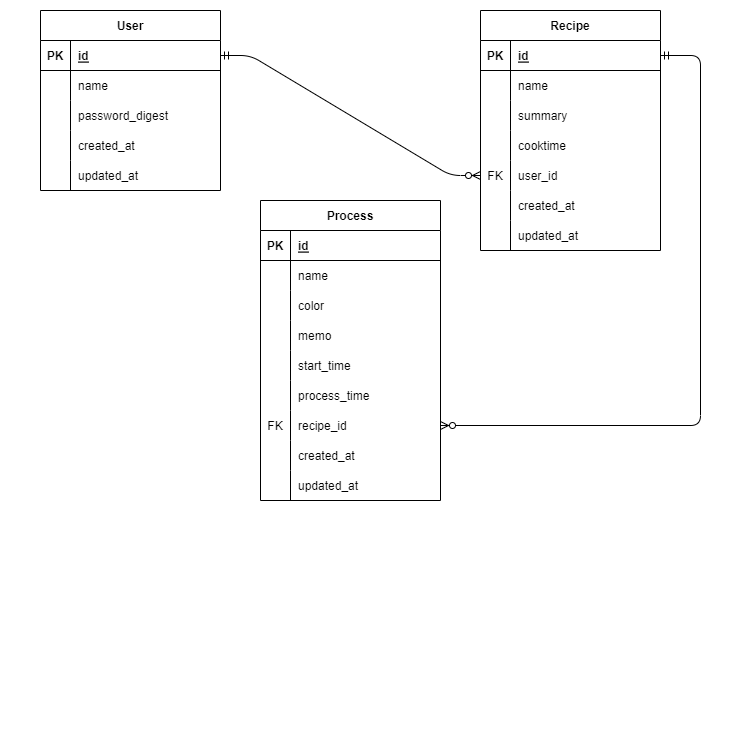
Before: TimeCook_ER.png, a diagram exported from draw.io (yoshihiro-kawabata/TimeCook_defenish). Source tidied: cells renumbered, new cells last; positions are measured from the earlier drawing's top-left corner, leaving out a move shared by most shapes.
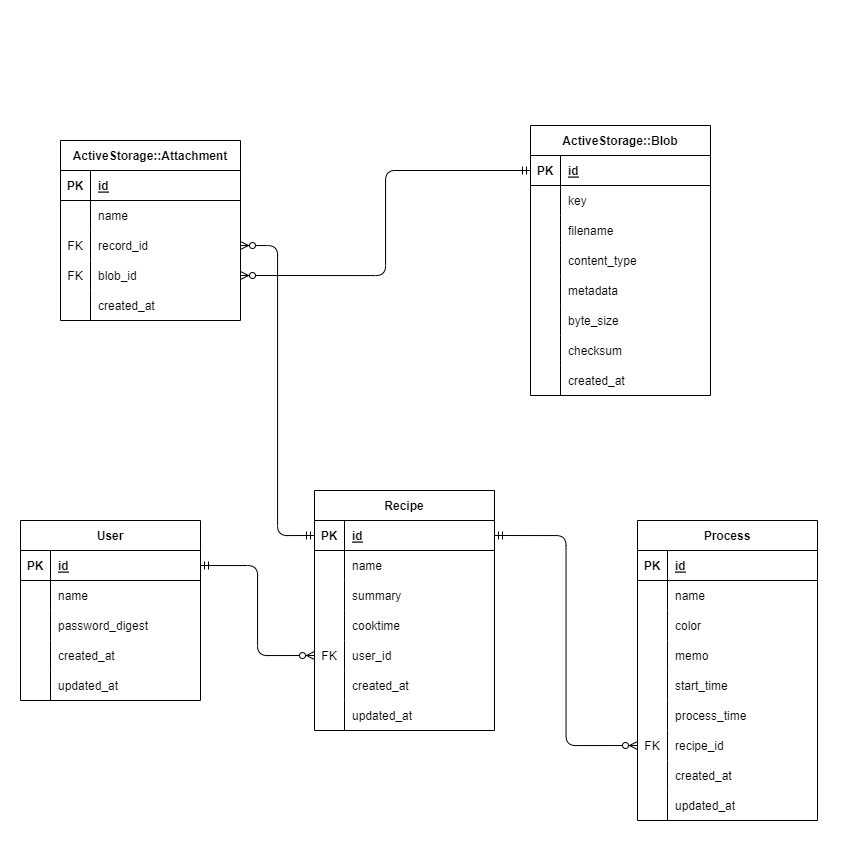
The same diagram one commit later.

Change to the diagram source:
```diff
@@ -3,10 +3,10 @@
     <mxCell id="0" />
     <mxCell id="1" parent="0" />
     <mxCell id="2" style="whiteSpace=wrap;html=1;fontColor=#000000;strokeColor=none;fillColor=#FFFFFF;" parent="1" vertex="1">
-      <mxGeometry width="730" height="730" as="geometry" />
+      <mxGeometry width="850" height="850" as="geometry" />
     </mxCell>
     <mxCell id="3" value="User" style="shape=table;startSize=30;rowLines=0;fontStyle=1;align=center;strokeColor=#000000;fontColor=#000000;fillColor=none;" parent="1" vertex="1">
-      <mxGeometry x="40" y="10" width="180" height="180" as="geometry" />
+      <mxGeometry x="20" y="520" width="180" height="180" as="geometry" />
     </mxCell>
     <mxCell id="4" style="shape=partialRectangle;fillColor=none;top=0;left=0;bottom=1;right=0;points=[[0,0.5],[1,0.5]];portConstraint=eastwest;strokeColor=#000000;fontColor=#000000;" parent="3" vertex="1">
       <mxGeometry y="30" width="180" height="30" as="geometry" />
@@ -54,7 +54,7 @@
       <mxGeometry x="30" width="150" height="30" as="geometry" />
     </mxCell>
     <mxCell id="19" value="Recipe" style="shape=table;startSize=30;rowLines=0;fontStyle=1;align=center;strokeColor=#000000;fontColor=#000000;fillColor=none;" parent="1" vertex="1">
-      <mxGeometry x="480" y="10" width="180" height="240" as="geometry" />
+      <mxGeometry x="314" y="490" width="180" height="240" as="geometry" />
     </mxCell>
     <mxCell id="20" style="shape=partialRectangle;fillColor=none;top=0;left=0;bottom=1;right=0;points=[[0,0.5],[1,0.5]];portConstraint=eastwest;strokeColor=#000000;fontColor=#000000;" parent="19" vertex="1">
       <mxGeometry y="30" width="180" height="30" as="geometry" />
@@ -119,11 +119,11 @@
     <mxCell id="40" value="updated_at" style="shape=partialRectangle;fillColor=none;top=0;left=0;bottom=0;right=0;align=left;spacingLeft=6;overflow=hidden;strokeColor=#000000;fontColor=#000000;" parent="38" vertex="1">
       <mxGeometry x="30" width="150" height="30" as="geometry" />
     </mxCell>
-    <mxCell id="41" style="edgeStyle=entityRelationEdgeStyle;fontSize=12;html=1;endArrow=ERzeroToMany;startArrow=ERmandOne;exitX=1;exitY=0.5;exitDx=0;exitDy=0;entryX=0;entryY=0.5;entryDx=0;entryDy=0;strokeColor=#000000;fontColor=#000000;" parent="1" edge="1" source="4" target="32">
+    <mxCell id="41" style="fontSize=12;html=1;endArrow=ERzeroToMany;startArrow=ERmandOne;exitX=1;exitY=0.5;exitDx=0;exitDy=0;entryX=0;entryY=0.5;entryDx=0;entryDy=0;strokeColor=#000000;fontColor=#000000;edgeStyle=orthogonalEdgeStyle;" parent="1" edge="1" source="4" target="32">
       <mxGeometry relative="1" as="geometry" />
     </mxCell>
     <mxCell id="42" value="Process" style="shape=table;startSize=30;rowLines=0;fontStyle=1;align=center;strokeColor=#000000;fontColor=#000000;fillColor=none;" parent="1" vertex="1">
-      <mxGeometry x="260" y="200" width="180" height="300" as="geometry" />
+      <mxGeometry x="637" y="520" width="180" height="300" as="geometry" />
     </mxCell>
     <mxCell id="43" style="shape=partialRectangle;fillColor=none;top=0;left=0;bottom=1;right=0;strokeColor=#000000;fontColor=#000000;" parent="42" vertex="1">
       <mxGeometry y="30" width="180" height="30" as="geometry" />
@@ -206,13 +206,137 @@
     <mxCell id="69" value="updated_at" style="shape=partialRectangle;fillColor=none;top=0;left=0;bottom=0;right=0;align=left;spacingLeft=6;overflow=hidden;strokeColor=#000000;fontColor=#000000;" parent="67" vertex="1">
       <mxGeometry x="30" width="150" height="30" as="geometry" />
     </mxCell>
-    <mxCell id="70" style="edgeStyle=orthogonalEdgeStyle;fontSize=12;html=1;endArrow=ERzeroToMany;startArrow=ERmandOne;exitX=1;exitY=0.5;exitDx=0;exitDy=0;entryX=1;entryY=0.5;entryDx=0;entryDy=0;strokeColor=#000000;fontColor=#000000;" parent="1" edge="1" source="20" target="61">
-      <mxGeometry relative="1" as="geometry">
-        <Array as="points">
-          <mxPoint x="700" y="55" />
-          <mxPoint x="700" y="425" />
-        </Array>
-      </mxGeometry>
+    <mxCell id="70" style="fontSize=12;html=1;endArrow=ERzeroToMany;startArrow=ERmandOne;exitX=1;exitY=0.5;exitDx=0;exitDy=0;entryX=0;entryY=0.5;entryDx=0;entryDy=0;strokeColor=#000000;fontColor=#000000;edgeStyle=orthogonalEdgeStyle;" parent="1" edge="1" source="20" target="61">
+      <mxGeometry relative="1" as="geometry" />
     </mxCell>
+    <mxCell id="71" value="ActiveStorage::Blob" style="shape=table;startSize=30;rowLines=0;fontStyle=1;align=center;strokeColor=#000000;fontColor=#000000;fillColor=none;" parent="1" vertex="1">
+      <mxGeometry x="530" y="125" width="180" height="270" as="geometry" />
+    </mxCell>
+    <mxCell id="72" style="shape=partialRectangle;fillColor=none;top=0;left=0;bottom=1;right=0;points=[[0,0.5],[1,0.5]];portConstraint=eastwest;strokeColor=#000000;fontColor=#000000;" parent="71" vertex="1">
+      <mxGeometry y="30" width="180" height="30" as="geometry" />
+    </mxCell>
+    <mxCell id="73" value="PK" style="shape=partialRectangle;fillColor=none;top=0;left=0;bottom=0;right=0;fontStyle=1;overflow=hidden;strokeColor=#000000;fontColor=#000000;" parent="72" vertex="1">
+      <mxGeometry width="30" height="30" as="geometry" />
+    </mxCell>
+    <mxCell id="74" value="id" style="shape=partialRectangle;fillColor=none;top=0;left=0;bottom=0;right=0;align=left;spacingLeft=6;fontStyle=5;overflow=hidden;strokeColor=#000000;fontColor=#000000;" parent="72" vertex="1">
+      <mxGeometry x="30" width="150" height="30" as="geometry" />
+    </mxCell>
+    <mxCell id="75" style="shape=partialRectangle;fillColor=none;top=0;left=0;bottom=0;right=0;strokeColor=#000000;fontColor=#000000;" parent="71" vertex="1">
+      <mxGeometry y="60" width="180" height="30" as="geometry" />
+    </mxCell>
+    <mxCell id="76" style="shape=partialRectangle;fillColor=none;top=0;left=0;bottom=0;right=0;overflow=hidden;strokeColor=#000000;fontColor=#000000;" parent="75" vertex="1">
+      <mxGeometry width="30" height="30" as="geometry" />
+    </mxCell>
+    <mxCell id="77" value="key" style="shape=partialRectangle;fillColor=none;top=0;left=0;bottom=0;right=0;align=left;spacingLeft=6;overflow=hidden;strokeColor=#000000;fontColor=#000000;" parent="75" vertex="1">
+      <mxGeometry x="30" width="150" height="30" as="geometry" />
+    </mxCell>
+    <mxCell id="78" style="shape=partialRectangle;fillColor=none;top=0;left=0;bottom=0;right=0;strokeColor=#000000;fontColor=#000000;" parent="71" vertex="1">
+      <mxGeometry y="90" width="180" height="30" as="geometry" />
+    </mxCell>
+    <mxCell id="79" style="shape=partialRectangle;fillColor=none;top=0;left=0;bottom=0;right=0;overflow=hidden;strokeColor=#000000;fontColor=#000000;" parent="78" vertex="1">
+      <mxGeometry width="30" height="30" as="geometry" />
+    </mxCell>
+    <mxCell id="80" value="filename" style="shape=partialRectangle;fillColor=none;top=0;left=0;bottom=0;right=0;align=left;spacingLeft=6;overflow=hidden;strokeColor=#000000;fontColor=#000000;" parent="78" vertex="1">
+      <mxGeometry x="30" width="150" height="30" as="geometry" />
+    </mxCell>
+    <mxCell id="81" style="shape=partialRectangle;fillColor=none;top=0;left=0;bottom=0;right=0;strokeColor=#000000;fontColor=#000000;" parent="71" vertex="1">
+      <mxGeometry y="120" width="180" height="30" as="geometry" />
+    </mxCell>
+    <mxCell id="82" style="shape=partialRectangle;fillColor=none;top=0;left=0;bottom=0;right=0;overflow=hidden;strokeColor=#000000;fontColor=#000000;" parent="81" vertex="1">
+      <mxGeometry width="30" height="30" as="geometry" />
+    </mxCell>
+    <mxCell id="83" value="content_type" style="shape=partialRectangle;fillColor=none;top=0;left=0;bottom=0;right=0;align=left;spacingLeft=6;overflow=hidden;strokeColor=#000000;fontColor=#000000;" parent="81" vertex="1">
+      <mxGeometry x="30" width="150" height="30" as="geometry" />
+    </mxCell>
+    <mxCell id="84" style="shape=partialRectangle;fillColor=none;top=0;left=0;bottom=0;right=0;strokeColor=#000000;fontColor=#000000;" parent="71" vertex="1">
+      <mxGeometry y="150" width="180" height="30" as="geometry" />
+    </mxCell>
+    <mxCell id="85" style="shape=partialRectangle;fillColor=none;top=0;left=0;bottom=0;right=0;overflow=hidden;strokeColor=#000000;fontColor=#000000;" parent="84" vertex="1">
+      <mxGeometry width="30" height="30" as="geometry" />
+    </mxCell>
+    <mxCell id="86" value="metadata" style="shape=partialRectangle;fillColor=none;top=0;left=0;bottom=0;right=0;align=left;spacingLeft=6;overflow=hidden;strokeColor=#000000;fontColor=#000000;" parent="84" vertex="1">
+      <mxGeometry x="30" width="150" height="30" as="geometry" />
+    </mxCell>
+    <mxCell id="87" style="shape=partialRectangle;fillColor=none;top=0;left=0;bottom=0;right=0;strokeColor=#000000;fontColor=#000000;" parent="71" vertex="1">
+      <mxGeometry y="180" width="180" height="30" as="geometry" />
+    </mxCell>
+    <mxCell id="88" style="shape=partialRectangle;fillColor=none;top=0;left=0;bottom=0;right=0;overflow=hidden;strokeColor=#000000;fontColor=#000000;" parent="87" vertex="1">
+      <mxGeometry width="30" height="30" as="geometry" />
+    </mxCell>
+    <mxCell id="89" value="byte_size" style="shape=partialRectangle;fillColor=none;top=0;left=0;bottom=0;right=0;align=left;spacingLeft=6;overflow=hidden;strokeColor=#000000;fontColor=#000000;" parent="87" vertex="1">
+      <mxGeometry x="30" width="150" height="30" as="geometry" />
+    </mxCell>
+    <mxCell id="90" style="shape=partialRectangle;fillColor=none;top=0;left=0;bottom=0;right=0;strokeColor=#000000;fontColor=#000000;" parent="71" vertex="1">
+      <mxGeometry y="210" width="180" height="30" as="geometry" />
+    </mxCell>
+    <mxCell id="91" style="shape=partialRectangle;fillColor=none;top=0;left=0;bottom=0;right=0;overflow=hidden;strokeColor=#000000;fontColor=#000000;" parent="90" vertex="1">
+      <mxGeometry width="30" height="30" as="geometry" />
+    </mxCell>
+    <mxCell id="92" value="checksum" style="shape=partialRectangle;fillColor=none;top=0;left=0;bottom=0;right=0;align=left;spacingLeft=6;overflow=hidden;strokeColor=#000000;fontColor=#000000;" parent="90" vertex="1">
+      <mxGeometry x="30" width="150" height="30" as="geometry" />
+    </mxCell>
+    <mxCell id="93" style="shape=partialRectangle;fillColor=none;top=0;left=0;bottom=0;right=0;strokeColor=#000000;fontColor=#000000;" parent="71" vertex="1">
+      <mxGeometry y="240" width="180" height="30" as="geometry" />
+    </mxCell>
+    <mxCell id="94" style="shape=partialRectangle;fillColor=none;top=0;left=0;bottom=0;right=0;overflow=hidden;strokeColor=#000000;fontColor=#000000;" parent="93" vertex="1">
+      <mxGeometry width="30" height="30" as="geometry" />
+    </mxCell>
+    <mxCell id="95" value="created_at" style="shape=partialRectangle;fillColor=none;top=0;left=0;bottom=0;right=0;align=left;spacingLeft=6;overflow=hidden;strokeColor=#000000;fontColor=#000000;" parent="93" vertex="1">
+      <mxGeometry x="30" width="150" height="30" as="geometry" />
+    </mxCell>
+    <mxCell id="96" value="ActiveStorage::Attachment" style="shape=table;startSize=30;rowLines=0;fontStyle=1;align=center;strokeColor=#000000;fontColor=#000000;fillColor=none;" parent="1" vertex="1">
+      <mxGeometry x="60" y="140" width="180" height="180" as="geometry" />
+    </mxCell>
+    <mxCell id="97" style="shape=partialRectangle;fillColor=none;top=0;left=0;bottom=1;right=0;strokeColor=#000000;fontColor=#000000;" parent="96" vertex="1">
+      <mxGeometry y="30" width="180" height="30" as="geometry" />
+    </mxCell>
+    <mxCell id="98" value="PK" style="shape=partialRectangle;fillColor=none;top=0;left=0;bottom=0;right=0;fontStyle=1;overflow=hidden;strokeColor=#000000;fontColor=#000000;" parent="97" vertex="1">
+      <mxGeometry width="30" height="30" as="geometry" />
+    </mxCell>
+    <mxCell id="99" value="id" style="shape=partialRectangle;fillColor=none;top=0;left=0;bottom=0;right=0;align=left;spacingLeft=6;fontStyle=5;overflow=hidden;strokeColor=#000000;fontColor=#000000;" parent="97" vertex="1">
+      <mxGeometry x="30" width="150" height="30" as="geometry" />
+    </mxCell>
+    <mxCell id="100" style="shape=partialRectangle;fillColor=none;top=0;left=0;bottom=0;right=0;strokeColor=#000000;fontColor=#000000;" parent="96" vertex="1">
+      <mxGeometry y="60" width="180" height="30" as="geometry" />
+    </mxCell>
+    <mxCell id="101" style="shape=partialRectangle;fillColor=none;top=0;left=0;bottom=0;right=0;overflow=hidden;strokeColor=#000000;fontColor=#000000;" parent="100" vertex="1">
+      <mxGeometry width="30" height="30" as="geometry" />
+    </mxCell>
+    <mxCell id="102" value="name" style="shape=partialRectangle;fillColor=none;top=0;left=0;bottom=0;right=0;align=left;spacingLeft=6;overflow=hidden;strokeColor=#000000;fontColor=#000000;" parent="100" vertex="1">
+      <mxGeometry x="30" width="150" height="30" as="geometry" />
+    </mxCell>
+    <mxCell id="103" style="shape=partialRectangle;fillColor=none;top=0;left=0;bottom=0;right=0;points=[[0,0.5],[1,0.5]];portConstraint=eastwest;strokeColor=#000000;fontColor=#000000;" parent="96" vertex="1">
+      <mxGeometry y="90" width="180" height="30" as="geometry" />
+    </mxCell>
+    <mxCell id="104" value="FK" style="shape=partialRectangle;fillColor=none;top=0;left=0;bottom=0;right=0;overflow=hidden;strokeColor=#000000;fontColor=#000000;" parent="103" vertex="1">
+      <mxGeometry width="30" height="30" as="geometry" />
+    </mxCell>
+    <mxCell id="105" value="record_id" style="shape=partialRectangle;fillColor=none;top=0;left=0;bottom=0;right=0;align=left;spacingLeft=6;overflow=hidden;strokeColor=#000000;fontColor=#000000;" parent="103" vertex="1">
+      <mxGeometry x="30" width="150" height="30" as="geometry" />
+    </mxCell>
+    <mxCell id="106" style="shape=partialRectangle;fillColor=none;top=0;left=0;bottom=0;right=0;points=[[0,0.5],[1,0.5]];portConstraint=eastwest;strokeColor=#000000;fontColor=#000000;" parent="96" vertex="1">
+      <mxGeometry y="120" width="180" height="30" as="geometry" />
+    </mxCell>
+    <mxCell id="107" value="FK" style="shape=partialRectangle;fillColor=none;top=0;left=0;bottom=0;right=0;overflow=hidden;strokeColor=#000000;fontColor=#000000;" parent="106" vertex="1">
+      <mxGeometry width="30" height="30" as="geometry" />
+    </mxCell>
+    <mxCell id="108" value="blob_id" style="shape=partialRectangle;fillColor=none;top=0;left=0;bottom=0;right=0;align=left;spacingLeft=6;overflow=hidden;strokeColor=#000000;fontColor=#000000;" parent="106" vertex="1">
+      <mxGeometry x="30" width="150" height="30" as="geometry" />
+    </mxCell>
+    <mxCell id="109" style="shape=partialRectangle;fillColor=none;top=0;left=0;bottom=0;right=0;strokeColor=#000000;fontColor=#000000;" parent="96" vertex="1">
+      <mxGeometry y="150" width="180" height="30" as="geometry" />
+    </mxCell>
+    <mxCell id="110" style="shape=partialRectangle;fillColor=none;top=0;left=0;bottom=0;right=0;overflow=hidden;strokeColor=#000000;fontColor=#000000;" parent="109" vertex="1">
+      <mxGeometry width="30" height="30" as="geometry" />
+    </mxCell>
+    <mxCell id="111" value="created_at" style="shape=partialRectangle;fillColor=none;top=0;left=0;bottom=0;right=0;align=left;spacingLeft=6;overflow=hidden;strokeColor=#000000;fontColor=#000000;" parent="109" vertex="1">
+      <mxGeometry x="30" width="150" height="30" as="geometry" />
+    </mxCell>
+    <mxCell id="112" style="fontSize=12;html=1;endArrow=ERzeroToMany;startArrow=ERmandOne;strokeColor=#000000;fontColor=#000000;entryX=1;entryY=0.5;entryDx=0;entryDy=0;exitX=0;exitY=0.5;exitDx=0;exitDy=0;edgeStyle=orthogonalEdgeStyle;" parent="1" edge="1" source="20" target="103">
+      <mxGeometry relative="1" as="geometry" />
+    </mxCell>
+    <mxCell id="113" style="fontSize=12;html=1;endArrow=ERzeroToMany;startArrow=ERmandOne;strokeColor=#000000;fontColor=#000000;entryX=1;entryY=0.5;entryDx=0;entryDy=0;exitX=0;exitY=0.5;exitDx=0;exitDy=0;edgeStyle=orthogonalEdgeStyle;" parent="1" edge="1" source="72" target="106">
+      <mxGeometry relative="1" as="geometry" />
+    </mxCell>
   </root>
 </mxGraphModel>
```
